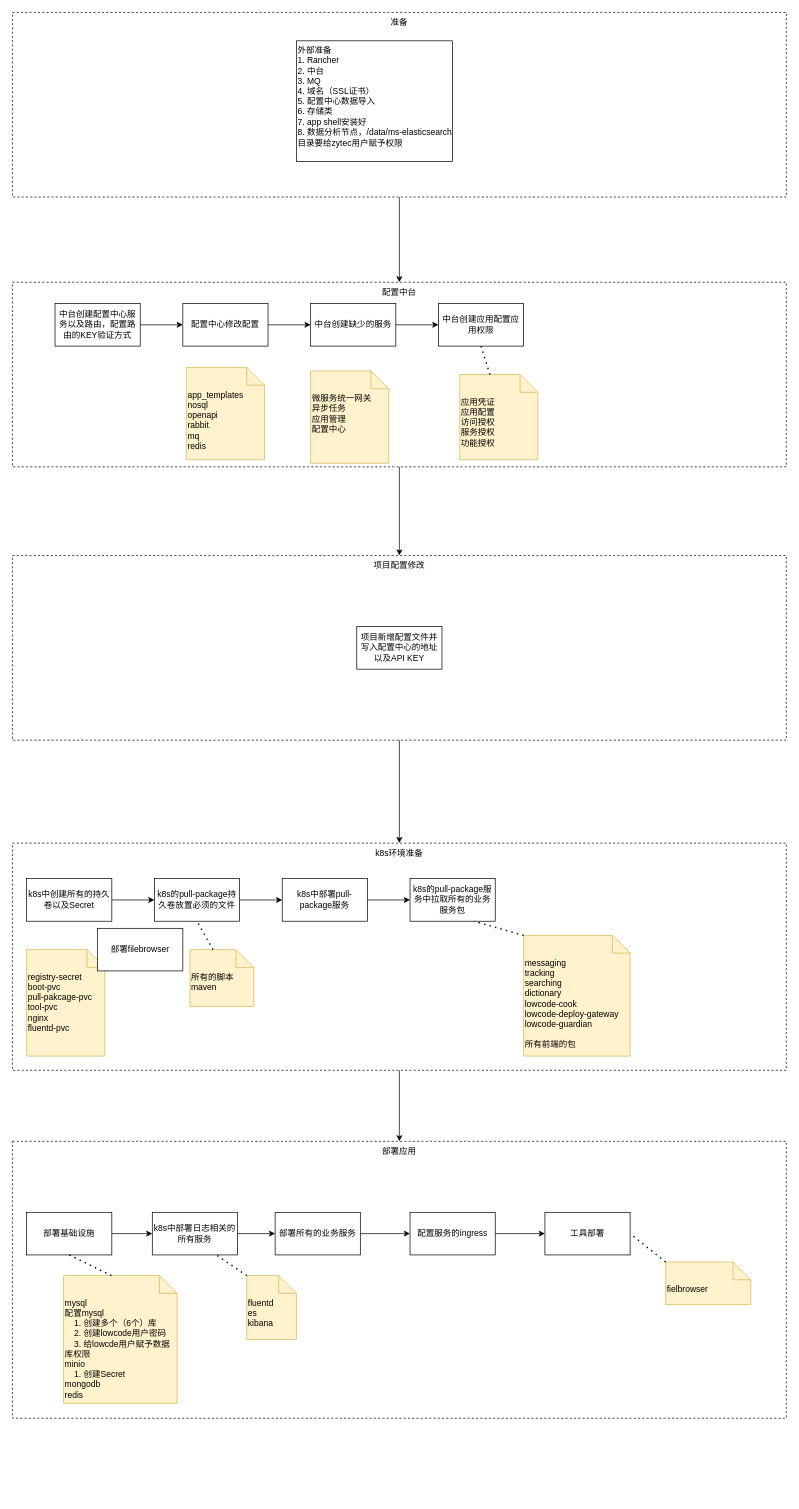
ProgrammerLZ/drawio keeps this draw.io diagram as 部署流程.drawio. Above is the earlier version. Source tidied: cells renumbered, new cells numbered last; positions are measured from the earlier drawing's top-left corner, leaving out a move shared by most shapes. Both pictures are drawn from the tidied source at 71%, with x=0, y=0 at pixel (12, 12).
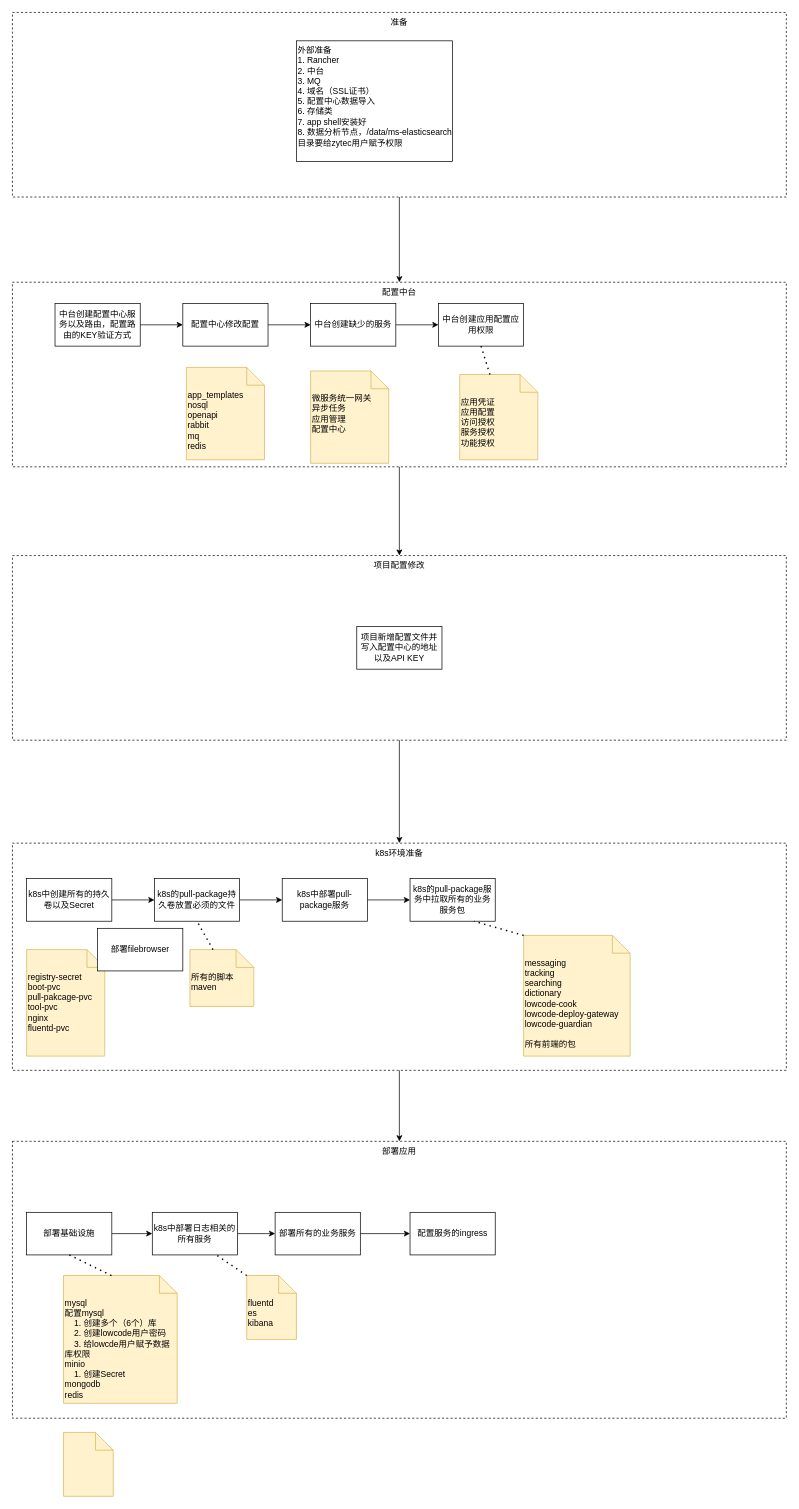
The same page after the edit.

Commit message:
更新部署流程.drawio

Unchanged cells that the change refers to:
```xml
<mxCell id="39" value="配置服务的ingress" style="rounded=0;whiteSpace=wrap;html=1;" parent="1" vertex="1">
  <mxGeometry x="560" y="1690" width="120" height="60" as="geometry" />
</mxCell>
```

What changed in the source:
```diff
@@
-    <mxCell id="38" style="edgeStyle=none;rounded=0;jettySize=auto;html=1;fontFamily=Helvetica;fontSize=12;fontColor=default;" parent="1" edge="1" source="39" target="44">
-      <mxGeometry relative="1" as="geometry" />
-    </mxCell>
@@
-    <mxCell id="42" value="fielbrowser" style="shape=note2;boundedLbl=1;whiteSpace=wrap;html=1;size=25;verticalAlign=top;align=left;fillColor=#fff2cc;strokeColor=#d6b656;" parent="1" vertex="1">
-      <mxGeometry x="920" y="1760" width="120" height="60" as="geometry" />
-    </mxCell>
-    <mxCell id="43" style="endArrow=none;dashed=1;html=1;dashPattern=1 3;strokeWidth=2;rounded=0;entryX=1;entryY=0.5;entryDx=0;entryDy=0;exitX=0;exitY=0;exitDx=0;exitDy=0;exitPerimeter=0;" parent="1" edge="1" source="42" target="44">
-      <mxGeometry relative="1" as="geometry" />
-    </mxCell>
-    <mxCell id="44" value="工具部署" style="rounded=0;whiteSpace=wrap;html=1;" parent="1" vertex="1">
-      <mxGeometry x="750" y="1690" width="120" height="60" as="geometry" />
-    </mxCell>
@@
+    <mxCell id="52" style="shape=note2;boundedLbl=1;whiteSpace=wrap;html=1;size=25;verticalAlign=top;align=left;fillColor=#fff2cc;strokeColor=#d6b656;" parent="1" vertex="1">
+      <mxGeometry x="72" y="2000" width="70" height="90" as="geometry" />
+    </mxCell>
```
